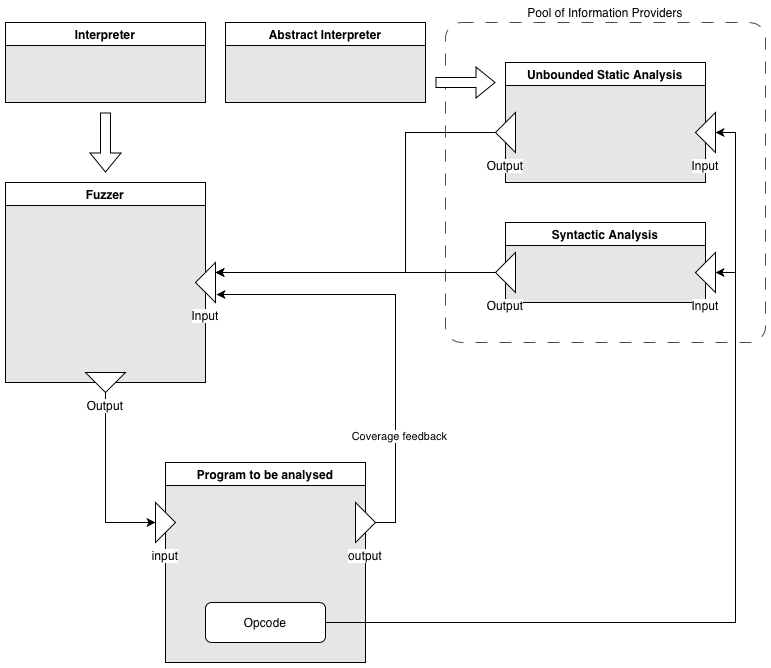
Earlier version of the draw.io export images/program_diagram.drawio.png (LukasKPetersen/jpamb_group30). Source tidied: cells renumbered, new cells last; positions are measured from the earlier drawing's top-left corner, leaving out a move shared by most shapes.
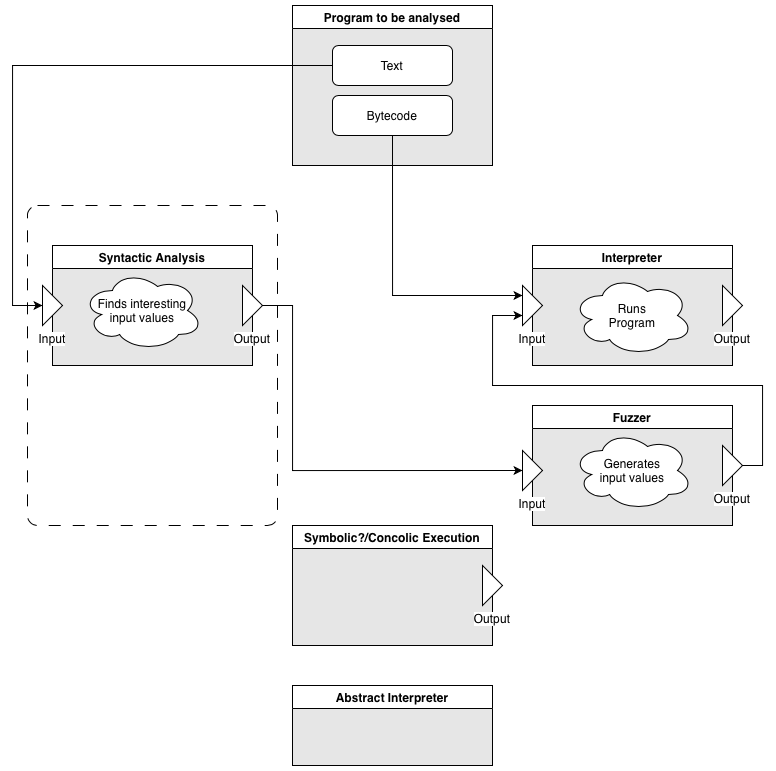
After the change.

Change to the diagram source:
```diff
@@ -2,92 +2,95 @@
   <root>
     <mxCell id="0" />
     <mxCell id="1" parent="0" />
-    <mxCell id="2" value="Pool of Information Providers" style="rounded=1;whiteSpace=wrap;html=1;arcSize=5;labelPosition=center;verticalLabelPosition=top;align=center;verticalAlign=bottom;fillColor=none;dashed=1;dashPattern=12 12;strokeColor=light-dark(#000000B3,#929292B3);" parent="1" vertex="1">
-      <mxGeometry x="440" width="320" height="320" as="geometry" />
-    </mxCell>
+    <mxCell id="27" style="rounded=1;whiteSpace=wrap;html=1;arcSize=4;fillColor=none;dashed=1;dashPattern=12 12;" parent="1" vertex="1">
+      <mxGeometry x="15" y="200" width="250" height="320" as="geometry" />
+    </mxCell>
     <mxCell id="3" value="Fuzzer" style="swimlane;whiteSpace=wrap;html=1;swimlaneFillColor=#E6E6E6;" parent="1" vertex="1">
-      <mxGeometry y="160" width="200" height="200" as="geometry" />
+      <mxGeometry x="520" y="400" width="200" height="120" as="geometry" />
     </mxCell>
+    <mxCell id="28" value="Generates&lt;div&gt;input values&lt;/div&gt;" style="ellipse;shape=cloud;whiteSpace=wrap;html=1;" parent="3" vertex="1">
+      <mxGeometry x="40" y="25" width="120" height="80" as="geometry" />
+    </mxCell>
+    <mxCell id="29" value="Output" style="triangle;whiteSpace=wrap;html=1;rotation=0;verticalAlign=top;labelPosition=center;verticalLabelPosition=bottom;align=center;horizontal=1;labelBackgroundColor=default;" parent="3" vertex="1">
+      <mxGeometry x="190" y="40" width="20" height="40" as="geometry" />
+    </mxCell>
+    <mxCell id="5" value="Program to be analysed" style="swimlane;whiteSpace=wrap;html=1;swimlaneFillColor=#E6E6E6;" parent="1" vertex="1">
+      <mxGeometry x="280" width="200" height="160" as="geometry" />
+    </mxCell>
+    <mxCell id="7" value="Bytecode" style="rounded=1;whiteSpace=wrap;html=1;" parent="5" vertex="1">
+      <mxGeometry x="40" y="90" width="120" height="40" as="geometry" />
+    </mxCell>
+    <mxCell id="30" value="Text" style="rounded=1;whiteSpace=wrap;html=1;" parent="5" vertex="1">
+      <mxGeometry x="40" y="40" width="120" height="40" as="geometry" />
+    </mxCell>
+    <mxCell id="10" value="Interpreter" style="swimlane;whiteSpace=wrap;html=1;swimlaneFillColor=#E6E6E6;" parent="1" vertex="1">
+      <mxGeometry x="520" y="240" width="200" height="120" as="geometry" />
+    </mxCell>
+    <mxCell id="14" value="Output" style="triangle;whiteSpace=wrap;html=1;rotation=0;verticalAlign=top;labelPosition=center;verticalLabelPosition=bottom;align=center;horizontal=1;labelBackgroundColor=default;" parent="10" vertex="1">
+      <mxGeometry x="190" y="40" width="20" height="40" as="geometry" />
+    </mxCell>
-    <mxCell id="4" value="Input" style="triangle;whiteSpace=wrap;html=1;flipV=0;flipH=1;labelPosition=center;verticalLabelPosition=bottom;align=center;verticalAlign=top;labelBackgroundColor=default;" parent="3" vertex="1">
-      <mxGeometry x="190" y="80" width="20" height="40" as="geometry" />
+    <mxCell id="4" value="Input" style="triangle;whiteSpace=wrap;html=1;flipV=0;flipH=0;labelPosition=center;verticalLabelPosition=bottom;align=center;verticalAlign=top;labelBackgroundColor=default;" parent="10" vertex="1">
+      <mxGeometry x="-10" y="40" width="20" height="40" as="geometry" />
     </mxCell>
-    <mxCell id="5" value="Program to be analysed" style="swimlane;whiteSpace=wrap;html=1;swimlaneFillColor=#E6E6E6;" parent="1" vertex="1">
-      <mxGeometry x="160" y="440" width="200" height="200" as="geometry" />
-    </mxCell>
-    <mxCell id="6" value="input" style="triangle;whiteSpace=wrap;html=1;labelPosition=center;verticalLabelPosition=bottom;align=center;verticalAlign=top;labelBackgroundColor=default;" parent="5" vertex="1">
-      <mxGeometry x="-10" y="40" width="20" height="40" as="geometry" />
-    </mxCell>
-    <mxCell id="7" value="Opcode" style="rounded=1;whiteSpace=wrap;html=1;" parent="5" vertex="1">
-      <mxGeometry x="40" y="140" width="120" height="40" as="geometry" />
-    </mxCell>
-    <mxCell id="8" value="output" style="triangle;whiteSpace=wrap;html=1;labelPosition=center;verticalLabelPosition=bottom;align=center;verticalAlign=top;labelBackgroundColor=default;" parent="5" vertex="1">
-      <mxGeometry x="190" y="40" width="20" height="40" as="geometry" />
-    </mxCell>
-    <mxCell id="9" style="edgeStyle=orthogonalEdgeStyle;rounded=0;jettySize=auto;html=1;entryX=0;entryY=0.5;entryDx=0;entryDy=0;exitX=1;exitY=0.5;exitDx=0;exitDy=0;" parent="1" edge="1" source="14" target="6">
-      <mxGeometry relative="1" as="geometry" />
-    </mxCell>
-    <mxCell id="10" value="Interpreter" style="swimlane;whiteSpace=wrap;html=1;swimlaneFillColor=#E6E6E6;" parent="1" vertex="1">
-      <mxGeometry width="200" height="80" as="geometry" />
-    </mxCell>
-    <mxCell id="11" style="shape=flexArrow;endArrow=classic;html=1;rounded=0;fillColor=default;" parent="1" edge="1">
-      <mxGeometry relative="1" as="geometry">
-        <mxPoint x="100" y="90" as="sourcePoint" />
-        <mxPoint x="100" y="150" as="targetPoint" />
-      </mxGeometry>
-    </mxCell>
-    <mxCell id="12" style="edgeStyle=orthogonalEdgeStyle;rounded=0;jettySize=auto;html=1;exitX=1;exitY=0.5;exitDx=0;exitDy=0;entryX=-0.05;entryY=0.8;entryDx=0;entryDy=0;entryPerimeter=0;" parent="1" edge="1" source="8" target="4">
-      <mxGeometry relative="1" as="geometry" />
-    </mxCell>
-    <mxCell id="13" value="Coverage feedback" style="edgeLabel;html=1;align=center;verticalAlign=middle;" parent="12" vertex="1">
-      <mxGeometry x="-0.5" y="-3" relative="1" as="geometry" />
-    </mxCell>
-    <mxCell id="14" value="Output" style="triangle;whiteSpace=wrap;html=1;rotation=90;textDirection=rtl;verticalAlign=top;labelPosition=right;verticalLabelPosition=middle;align=center;horizontal=0;labelBackgroundColor=default;" parent="1" vertex="1">
-      <mxGeometry x="90" y="340" width="20" height="40" as="geometry" />
-    </mxCell>
-    <mxCell id="15" style="edgeStyle=orthogonalEdgeStyle;rounded=0;jettySize=auto;html=1;exitX=1;exitY=0.5;exitDx=0;exitDy=0;entryX=1;entryY=0.5;entryDx=0;entryDy=0;" parent="1" edge="1" source="7" target="17">
-      <mxGeometry relative="1" as="geometry" />
-    </mxCell>
+    <mxCell id="31" value="Runs&lt;div&gt;Program&lt;/div&gt;" style="ellipse;shape=cloud;whiteSpace=wrap;html=1;" parent="10" vertex="1">
+      <mxGeometry x="40" y="30" width="120" height="80" as="geometry" />
+    </mxCell>
     <mxCell id="16" value="Syntactic Analysis" style="swimlane;whiteSpace=wrap;html=1;swimlaneFillColor=#E6E6E6;" parent="1" vertex="1">
-      <mxGeometry x="500" y="200" width="200" height="80" as="geometry" />
+      <mxGeometry x="40" y="240" width="200" height="120" as="geometry" />
     </mxCell>
-    <mxCell id="17" value="Input" style="triangle;whiteSpace=wrap;html=1;flipH=1;labelPosition=center;verticalLabelPosition=bottom;align=center;verticalAlign=top;labelBackgroundColor=default;" parent="16" vertex="1">
-      <mxGeometry x="190" y="30" width="20" height="40" as="geometry" />
+    <mxCell id="17" value="Output" style="triangle;whiteSpace=wrap;html=1;flipH=0;labelPosition=center;verticalLabelPosition=bottom;align=center;verticalAlign=top;labelBackgroundColor=default;" parent="16" vertex="1">
+      <mxGeometry x="190" y="40" width="20" height="40" as="geometry" />
     </mxCell>
-    <mxCell id="18" value="Unbounded Static Analysis" style="swimlane;whiteSpace=wrap;html=1;swimlaneFillColor=#E6E6E6;" parent="1" vertex="1">
-      <mxGeometry x="500" y="40" width="200" height="120" as="geometry" />
-    </mxCell>
-    <mxCell id="19" value="Output" style="triangle;whiteSpace=wrap;html=1;flipH=1;labelPosition=center;verticalLabelPosition=bottom;align=center;verticalAlign=top;labelBackgroundColor=default;" parent="18" vertex="1">
-      <mxGeometry x="-10" y="50" width="20" height="40" as="geometry" />
-    </mxCell>
+    <mxCell id="32" value="Finds interesting&lt;div&gt;input values&lt;/div&gt;" style="ellipse;shape=cloud;whiteSpace=wrap;html=1;" parent="16" vertex="1">
+      <mxGeometry x="30" y="25" width="120" height="80" as="geometry" />
+    </mxCell>
+    <mxCell id="24" value="Input" style="triangle;whiteSpace=wrap;html=1;flipH=0;labelPosition=center;verticalLabelPosition=bottom;align=center;verticalAlign=top;labelBackgroundColor=default;flipV=0;" parent="16" vertex="1">
+      <mxGeometry x="-10" y="40" width="20" height="40" as="geometry" />
+    </mxCell>
+    <mxCell id="21" value="Abstract Interpreter" style="swimlane;whiteSpace=wrap;html=1;swimlaneFillColor=#E6E6E6;" parent="1" vertex="1">
+      <mxGeometry x="280" y="680" width="200" height="80" as="geometry" />
+    </mxCell>
+    <mxCell id="33" style="edgeStyle=orthogonalEdgeStyle;rounded=0;jettySize=auto;html=1;exitX=0.5;exitY=1;exitDx=0;exitDy=0;entryX=0;entryY=0.25;entryDx=0;entryDy=0;" parent="1" edge="1" source="7" target="4">
+      <mxGeometry relative="1" as="geometry">
+        <Array as="points">
+          <mxPoint x="380" y="290" />
+        </Array>
+      </mxGeometry>
+    </mxCell>
+    <mxCell id="34" style="edgeStyle=orthogonalEdgeStyle;rounded=0;jettySize=auto;html=1;exitX=1;exitY=0.5;exitDx=0;exitDy=0;entryX=0;entryY=0.75;entryDx=0;entryDy=0;" parent="1" edge="1" source="29" target="4">
+      <mxGeometry relative="1" as="geometry">
+        <Array as="points">
+          <mxPoint x="750" y="460" />
+          <mxPoint x="750" y="380" />
+          <mxPoint x="480" y="380" />
+          <mxPoint x="480" y="310" />
+        </Array>
+      </mxGeometry>
+    </mxCell>
-    <mxCell id="20" value="Input" style="triangle;whiteSpace=wrap;html=1;flipH=1;labelPosition=center;verticalLabelPosition=bottom;align=center;verticalAlign=top;labelBackgroundColor=default;" parent="18" vertex="1">
-      <mxGeometry x="190" y="50" width="20" height="40" as="geometry" />
+    <mxCell id="20" value="Input" style="triangle;whiteSpace=wrap;html=1;flipH=0;labelPosition=center;verticalLabelPosition=bottom;align=center;verticalAlign=top;labelBackgroundColor=default;flipV=0;" parent="1" vertex="1">
+      <mxGeometry x="510" y="445" width="20" height="40" as="geometry" />
     </mxCell>
-    <mxCell id="21" value="Abstract Interpreter" style="swimlane;whiteSpace=wrap;html=1;swimlaneFillColor=#E6E6E6;" parent="1" vertex="1">
-      <mxGeometry x="220" width="200" height="80" as="geometry" />
-    </mxCell>
-    <mxCell id="22" style="shape=flexArrow;endArrow=classic;html=1;rounded=0;fillColor=default;" parent="1" edge="1">
-      <mxGeometry relative="1" as="geometry">
-        <mxPoint x="430" y="60" as="sourcePoint" />
-        <mxPoint x="490" y="60" as="targetPoint" />
-      </mxGeometry>
-    </mxCell>
-    <mxCell id="23" style="edgeStyle=orthogonalEdgeStyle;rounded=0;jettySize=auto;html=1;exitX=0;exitY=0.5;exitDx=0;exitDy=0;entryX=0;entryY=0.25;entryDx=0;entryDy=0;entryPerimeter=0;" parent="1" edge="1" source="24" target="4">
-      <mxGeometry relative="1" as="geometry" />
-    </mxCell>
-    <mxCell id="24" value="Output" style="triangle;whiteSpace=wrap;html=1;flipH=1;labelPosition=center;verticalLabelPosition=bottom;align=center;verticalAlign=top;labelBackgroundColor=default;" parent="1" vertex="1">
-      <mxGeometry x="490" y="230" width="20" height="40" as="geometry" />
-    </mxCell>
-    <mxCell id="25" style="edgeStyle=orthogonalEdgeStyle;rounded=0;jettySize=auto;html=1;exitX=0;exitY=0.5;exitDx=0;exitDy=0;" parent="1" edge="1" source="19">
-      <mxGeometry relative="1" as="geometry">
-        <mxPoint x="210" y="250" as="targetPoint" />
-        <Array as="points">
-          <mxPoint x="400" y="110" />
-          <mxPoint x="400" y="250" />
-        </Array>
-      </mxGeometry>
-    </mxCell>
-    <mxCell id="26" style="edgeStyle=orthogonalEdgeStyle;rounded=0;jettySize=auto;html=1;exitX=1;exitY=0.5;exitDx=0;exitDy=0;entryX=1;entryY=0.5;entryDx=0;entryDy=0;" parent="1" edge="1" source="7" target="20">
-      <mxGeometry relative="1" as="geometry" />
-    </mxCell>
+    <mxCell id="35" value="Symbolic?/Concolic Execution" style="swimlane;whiteSpace=wrap;html=1;swimlaneFillColor=#E6E6E6;" parent="1" vertex="1">
+      <mxGeometry x="280" y="520" width="200" height="120" as="geometry" />
+    </mxCell>
+    <mxCell id="36" value="Output" style="triangle;whiteSpace=wrap;html=1;flipH=0;labelPosition=center;verticalLabelPosition=bottom;align=center;verticalAlign=top;labelBackgroundColor=default;" parent="35" vertex="1">
+      <mxGeometry x="190" y="40" width="20" height="40" as="geometry" />
+    </mxCell>
+    <mxCell id="37" style="edgeStyle=orthogonalEdgeStyle;rounded=0;jettySize=auto;html=1;exitX=1;exitY=0.5;exitDx=0;exitDy=0;entryX=0;entryY=0.5;entryDx=0;entryDy=0;" parent="1" edge="1" source="17" target="20">
+      <mxGeometry relative="1" as="geometry">
+        <Array as="points">
+          <mxPoint x="280" y="300" />
+          <mxPoint x="280" y="465" />
+        </Array>
+      </mxGeometry>
+    </mxCell>
+    <mxCell id="38" style="edgeStyle=orthogonalEdgeStyle;rounded=0;jettySize=auto;html=1;exitX=0;exitY=0.5;exitDx=0;exitDy=0;entryX=0;entryY=0.5;entryDx=0;entryDy=0;" parent="1" edge="1" source="30" target="24">
+      <mxGeometry relative="1" as="geometry">
+        <Array as="points">
+          <mxPoint y="60" />
+          <mxPoint y="300" />
+        </Array>
+      </mxGeometry>
+    </mxCell>
   </root>
 </mxGraphModel>
```
